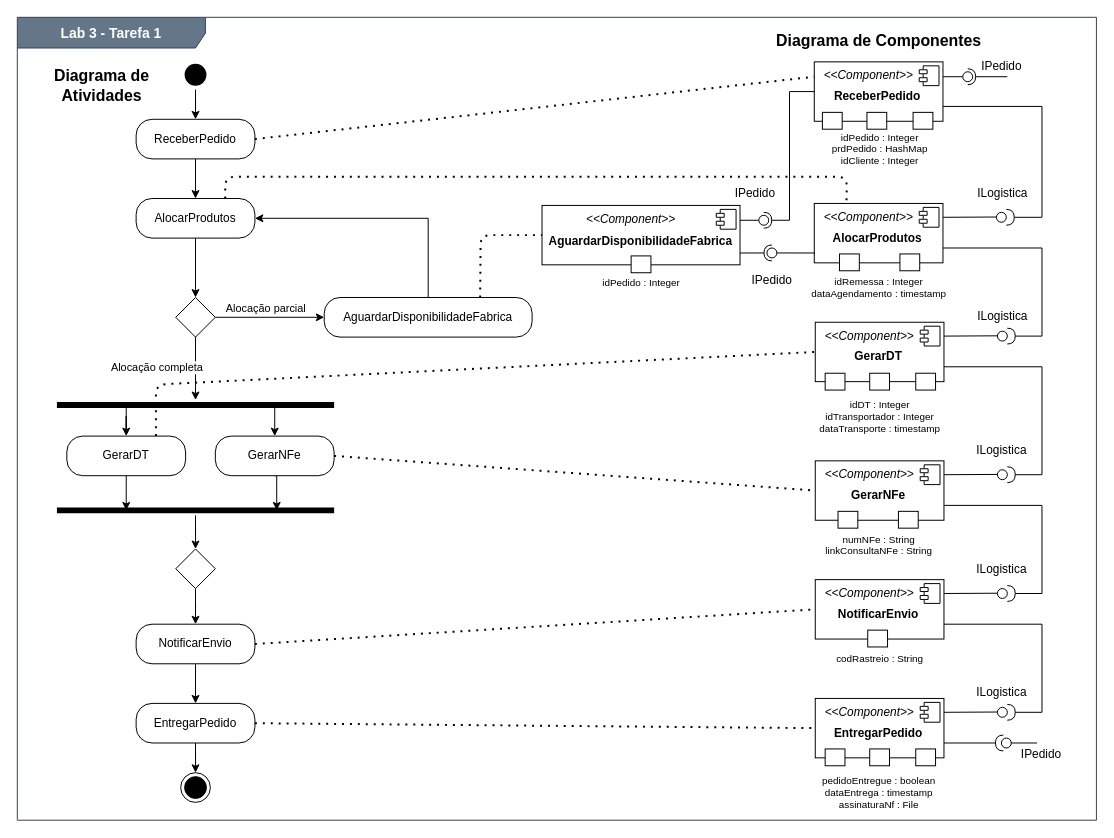
This is lab3/Diagrama de Atividades - Pedido.drawio from rmmarquini/engsoft-inf331-labs, a draw.io file, before an edit. Source tidied: cells renumbered, new cells numbered last; positions are measured from the earlier drawing's top-left corner, leaving out a move shared by most shapes. Both pictures are drawn from the tidied source at 99%, with x=0, y=0 at pixel (17, 17).
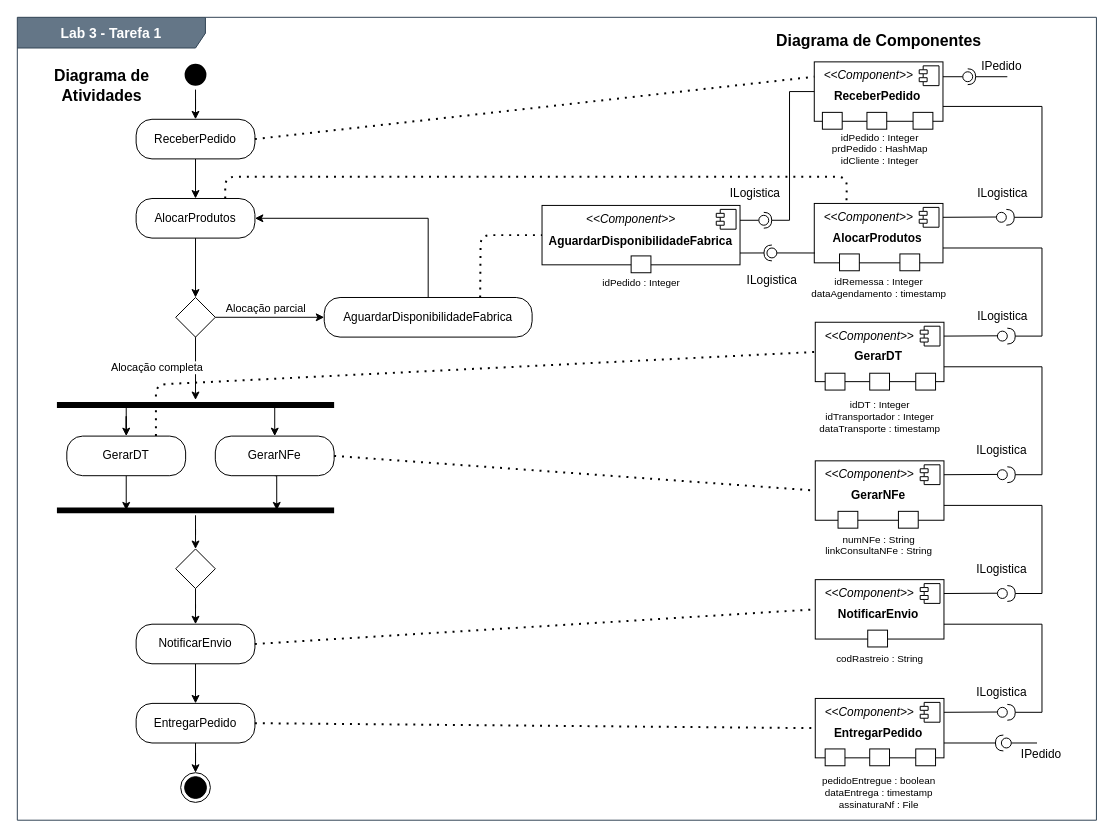
The same diagram, later.

Commit message (it also covers changes not shown here):
Lab3: correção diagrama tarefa1

Change to the diagram source:
```diff
@@
-    <mxCell id="113" value="IPedido" style="text;html=1;align=center;verticalAlign=middle;" parent="1" vertex="1">
-      <mxGeometry x="715" y="168" width="60" height="20" as="geometry" />
+    <mxCell id="113" value="ILogistica" style="text;html=1;align=center;verticalAlign=middle;" parent="1" vertex="1">
+      <mxGeometry x="710" y="168" width="70" height="20" as="geometry" />
     </mxCell>
-    <mxCell id="114" value="IPedido" style="text;html=1;align=center;verticalAlign=middle;" parent="1" vertex="1">
-      <mxGeometry x="732.2" y="256" width="60" height="20" as="geometry" />
+    <mxCell id="114" value="ILogistica" style="text;html=1;align=center;verticalAlign=middle;" parent="1" vertex="1">
+      <mxGeometry x="727.2" y="256" width="70" height="20" as="geometry" />
     </mxCell>
```
